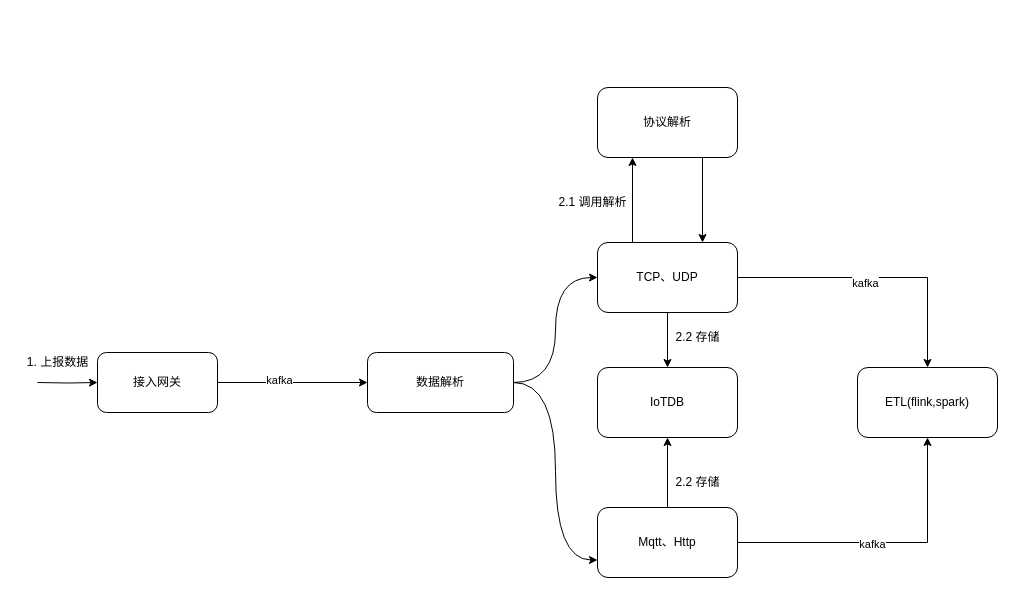
This is Diagram.drawio from SpikeFJ/picgo, a draw.io file, before an edit. Source tidied: cells renumbered, new cells numbered last; positions are measured from the earlier drawing's top-left corner, leaving out a move shared by most shapes. Both pictures are drawn from the tidied source at 100%, with x=0, y=0 at pixel (17, 87).
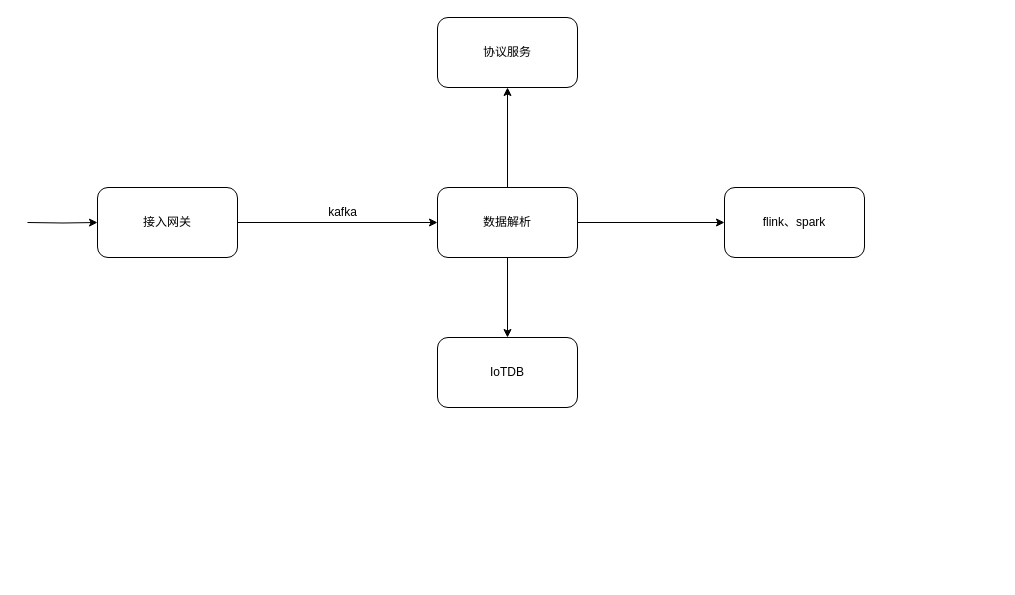
The same page after the edit.

Unchanged cells that the change refers to:
```xml
<mxCell id="2" style="edgeStyle=orthogonalEdgeStyle;rounded=0;jettySize=auto;html=1;" parent="1" edge="1" source="4" target="10">
  <mxGeometry relative="1" as="geometry" />
</mxCell>
```

The edit, as a diff of the source:
```diff
@@
+    <mxCell id="11" style="edgeStyle=orthogonalEdgeStyle;rounded=0;jettySize=auto;html=1;entryX=0;entryY=0.5;entryDx=0;entryDy=0;" parent="1" edge="1" target="4">
+      <mxGeometry relative="1" as="geometry">
+        <mxPoint x="10" y="135" as="sourcePoint" />
+      </mxGeometry>
+    </mxCell>
@@
-    <mxCell id="3" value="kafka" style="edgeLabel;html=1;align=center;verticalAlign=middle;" parent="2" vertex="1">
-      <mxGeometry x="-0.19" y="3" relative="1" as="geometry" />
-    </mxCell>
     <mxCell id="4" value="接入网关" style="rounded=1;whiteSpace=wrap;html=1;" parent="1" vertex="1">
-      <mxGeometry x="80" y="265" width="120" height="60" as="geometry" />
+      <mxGeometry x="80" y="100" width="140" height="70" as="geometry" />
     </mxCell>
-    <mxCell id="5" style="edgeStyle=orthogonalEdgeStyle;rounded=0;jettySize=auto;html=1;entryX=0.25;entryY=1;entryDx=0;entryDy=0;exitX=0.25;exitY=0;exitDx=0;exitDy=0;" parent="1" edge="1" source="9" target="23">
-      <mxGeometry relative="1" as="geometry" />
-    </mxCell>
-    <mxCell id="6" style="edgeStyle=orthogonalEdgeStyle;rounded=0;jettySize=auto;html=1;entryX=0.5;entryY=0;entryDx=0;entryDy=0;" parent="1" edge="1" source="9" target="14">
-      <mxGeometry relative="1" as="geometry" />
-    </mxCell>
-    <mxCell id="7" style="edgeStyle=orthogonalEdgeStyle;rounded=0;jettySize=auto;html=1;exitX=1;exitY=0.5;exitDx=0;exitDy=0;" parent="1" edge="1" source="9" target="24">
-      <mxGeometry relative="1" as="geometry" />
-    </mxCell>
-    <mxCell id="8" value="kafka" style="edgeLabel;html=1;align=center;verticalAlign=middle;" parent="7" vertex="1">
-      <mxGeometry x="-0.09" y="-5" relative="1" as="geometry" />
-    </mxCell>
-    <mxCell id="9" value="TCP、UDP" style="rounded=1;whiteSpace=wrap;html=1;" parent="1" vertex="1">
-      <mxGeometry x="580" y="155" width="140" height="70" as="geometry" />
-    </mxCell>
+    <mxCell id="26" style="edgeStyle=orthogonalEdgeStyle;rounded=0;jettySize=auto;html=1;" parent="1" edge="1" source="10" target="29">
+      <mxGeometry relative="1" as="geometry" />
+    </mxCell>
+    <mxCell id="27" style="edgeStyle=orthogonalEdgeStyle;rounded=0;jettySize=auto;html=1;" parent="1" edge="1" source="10" target="14">
+      <mxGeometry relative="1" as="geometry" />
+    </mxCell>
+    <mxCell id="28" style="edgeStyle=orthogonalEdgeStyle;rounded=0;jettySize=auto;html=1;" parent="1" edge="1" source="10" target="30">
+      <mxGeometry relative="1" as="geometry" />
+    </mxCell>
     <mxCell id="10" value="数据解析" style="rounded=1;whiteSpace=wrap;html=1;" parent="1" vertex="1">
-      <mxGeometry x="350" y="265" width="146" height="60" as="geometry" />
+      <mxGeometry x="420" y="100" width="140" height="70" as="geometry" />
     </mxCell>
-    <mxCell id="11" style="edgeStyle=orthogonalEdgeStyle;rounded=0;jettySize=auto;html=1;entryX=0;entryY=0.5;entryDx=0;entryDy=0;" parent="1" edge="1" target="4">
-      <mxGeometry relative="1" as="geometry">
-        <mxPoint x="20" y="295" as="sourcePoint" />
-      </mxGeometry>
-    </mxCell>
-    <mxCell id="12" value="1. 上报数据" style="text;html=1;align=center;verticalAlign=middle;strokeColor=none;fillColor=none;" parent="1" vertex="1">
-      <mxGeometry y="260" width="80" height="30" as="geometry" />
-    </mxCell>
-    <mxCell id="13" value="2.1 调用解析" style="text;html=1;align=center;verticalAlign=middle;strokeColor=none;fillColor=none;" parent="1" vertex="1">
-      <mxGeometry x="530" y="100" width="90" height="30" as="geometry" />
-    </mxCell>
+    <mxCell id="29" value="协议服务" style="rounded=1;whiteSpace=wrap;html=1;" parent="1" vertex="1">
+      <mxGeometry x="420" y="-70" width="140" height="70" as="geometry" />
+    </mxCell>
     <mxCell id="14" value="IoTDB" style="rounded=1;whiteSpace=wrap;html=1;" parent="1" vertex="1">
-      <mxGeometry x="580" y="280" width="140" height="70" as="geometry" />
+      <mxGeometry x="420" y="250" width="140" height="70" as="geometry" />
     </mxCell>
-    <mxCell id="15" value="2.2 存储" style="text;html=1;align=center;verticalAlign=middle;strokeColor=none;fillColor=none;" parent="1" vertex="1">
-      <mxGeometry x="645" y="235" width="70" height="30" as="geometry" />
-    </mxCell>
-    <mxCell id="16" style="endArrow=classic;html=1;rounded=0;exitX=1;exitY=0.5;exitDx=0;exitDy=0;entryX=0;entryY=0.5;entryDx=0;entryDy=0;edgeStyle=orthogonalEdgeStyle;curved=1;" parent="1" edge="1" source="10" target="9">
-      <mxGeometry relative="1" as="geometry" />
-    </mxCell>
-    <mxCell id="17" style="edgeStyle=orthogonalEdgeStyle;rounded=0;jettySize=auto;html=1;entryX=0.5;entryY=1;entryDx=0;entryDy=0;" parent="1" edge="1" source="20" target="14">
-      <mxGeometry relative="1" as="geometry" />
-    </mxCell>
-    <mxCell id="18" style="edgeStyle=orthogonalEdgeStyle;rounded=0;jettySize=auto;html=1;entryX=0.5;entryY=1;entryDx=0;entryDy=0;" parent="1" edge="1" source="20" target="24">
-      <mxGeometry relative="1" as="geometry" />
-    </mxCell>
-    <mxCell id="19" value="kafka" style="edgeLabel;html=1;align=center;verticalAlign=middle;" parent="18" vertex="1">
-      <mxGeometry x="-0.09" y="-1" relative="1" as="geometry" />
-    </mxCell>
-    <mxCell id="20" value="Mqtt、Http" style="rounded=1;whiteSpace=wrap;html=1;" parent="1" vertex="1">
-      <mxGeometry x="580" y="420" width="140" height="70" as="geometry" />
-    </mxCell>
-    <mxCell id="21" style="endArrow=classic;html=1;rounded=0;exitX=1;exitY=0.5;exitDx=0;exitDy=0;entryX=0;entryY=0.75;entryDx=0;entryDy=0;edgeStyle=orthogonalEdgeStyle;curved=1;" parent="1" edge="1" source="10" target="20">
-      <mxGeometry relative="1" as="geometry" />
-    </mxCell>
-    <mxCell id="22" style="edgeStyle=orthogonalEdgeStyle;rounded=0;jettySize=auto;html=1;entryX=0.75;entryY=0;entryDx=0;entryDy=0;exitX=0.75;exitY=1;exitDx=0;exitDy=0;" parent="1" edge="1" source="23" target="9">
-      <mxGeometry relative="1" as="geometry" />
-    </mxCell>
-    <mxCell id="23" value="协议解析" style="rounded=1;whiteSpace=wrap;html=1;" parent="1" vertex="1">
-      <mxGeometry x="580" width="140" height="70" as="geometry" />
-    </mxCell>
-    <mxCell id="24" value="ETL(flink,spark)" style="rounded=1;whiteSpace=wrap;html=1;" parent="1" vertex="1">
-      <mxGeometry x="840" y="280" width="140" height="70" as="geometry" />
-    </mxCell>
-    <mxCell id="25" value="2.2 存储" style="text;html=1;align=center;verticalAlign=middle;strokeColor=none;fillColor=none;" parent="1" vertex="1">
-      <mxGeometry x="645" y="380" width="70" height="30" as="geometry" />
-    </mxCell>
+    <mxCell id="30" value="flink、spark" style="rounded=1;whiteSpace=wrap;html=1;" parent="1" vertex="1">
+      <mxGeometry x="707" y="100" width="140" height="70" as="geometry" />
+    </mxCell>
+    <mxCell id="31" value="kafka" style="text;html=1;align=center;verticalAlign=middle;strokeColor=none;fillColor=none;" parent="1" vertex="1">
+      <mxGeometry x="300" y="110" width="50" height="30" as="geometry" />
+    </mxCell>
```
